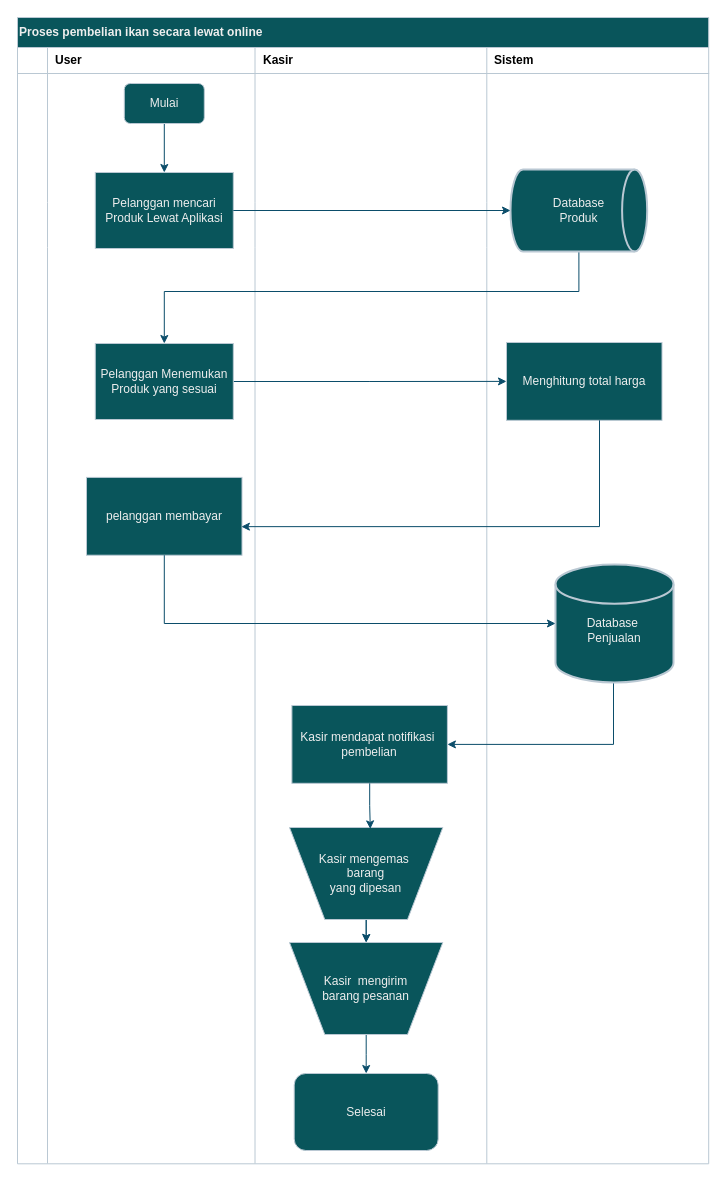
This is beli onlien.drawio from shinoaaa/drawio, a draw.io file, before an edit. Source tidied: cells renumbered, new cells numbered last; positions are measured from the earlier drawing's top-left corner, leaving out a move shared by most shapes. Both pictures are drawn from the tidied source at 100%, with x=0, y=0 at pixel (17, 17).
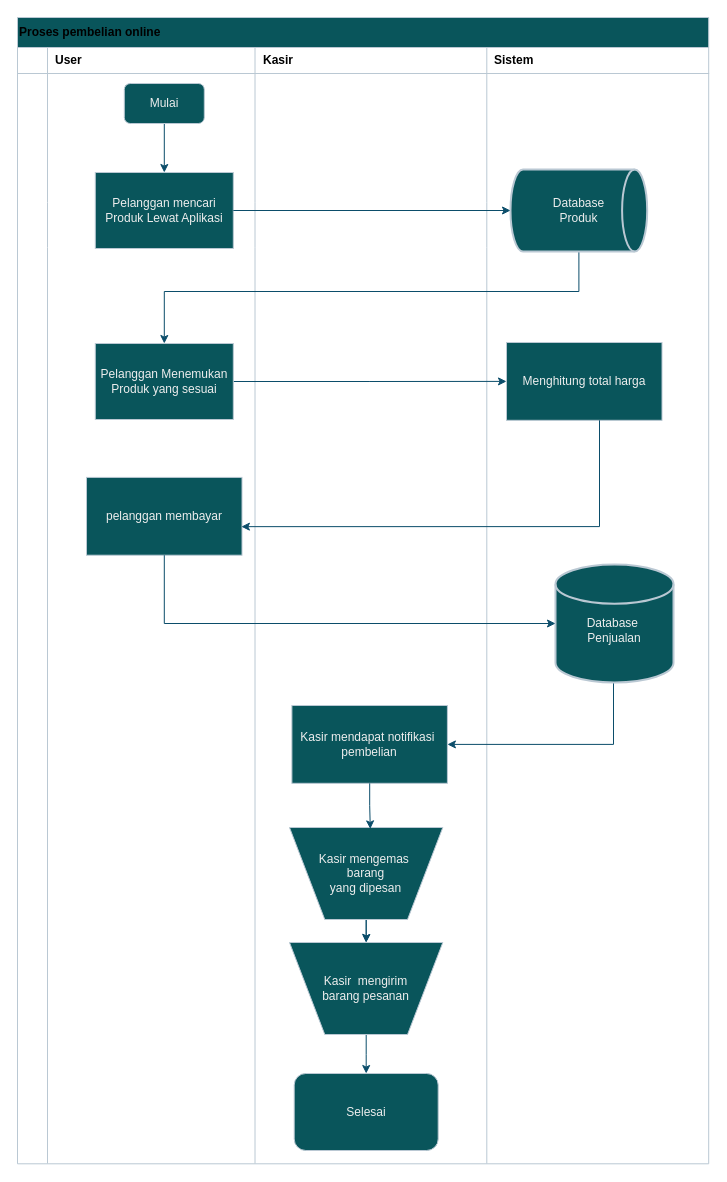
Above is the later version.

Diff of the diagram source:
```diff
@@
-    <mxCell id="2" value="Proses pembelian ikan secara lewat online" style="shape=table;startSize=30;childLayout=tableLayout;rowLines=0;fontStyle=1;align=left;html=1;strokeColor=#BAC8D3;fontColor=#EEEEEE;fillColor=#09555B;labelBackgroundColor=none;" parent="1" vertex="1">
+    <mxCell id="2" value="&lt;font style=&quot;color: light-dark(rgb(0, 0, 0), rgb(255, 255, 255));&quot;&gt;Proses pembelian online&lt;/font&gt;" style="shape=table;startSize=30;childLayout=tableLayout;rowLines=0;fontStyle=1;align=left;html=1;strokeColor=#BAC8D3;fontColor=#EEEEEE;fillColor=#09555B;labelBackgroundColor=none;" parent="1" vertex="1">
       <mxGeometry width="691.2" height="1146.3" as="geometry" />
     </mxCell>
```
